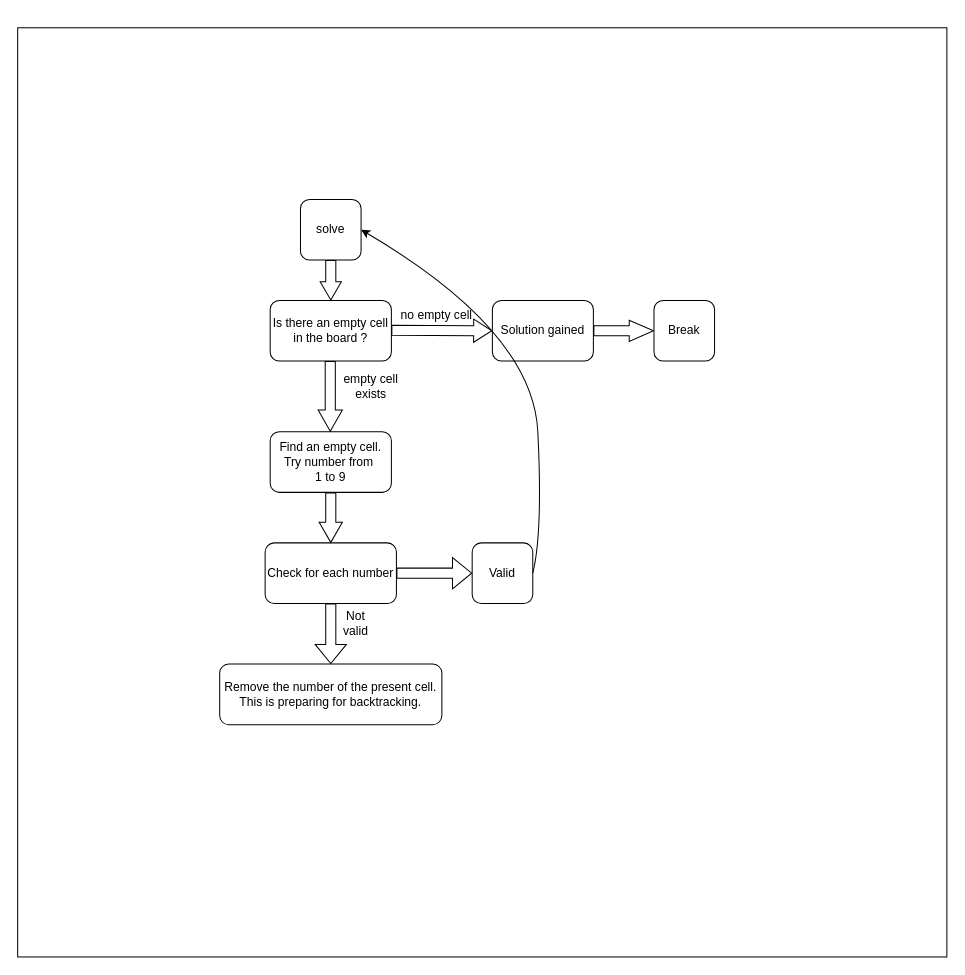
MiWaishi/sudoku keeps this draw.io diagram as 未命名绘图.drawio. Above is the earlier version. Source tidied: cells renumbered, new cells numbered last; positions are measured from the earlier drawing's top-left corner, leaving out a move shared by most shapes. Both pictures are drawn from the tidied source at 101%, with x=0, y=0 at pixel (17, 27).
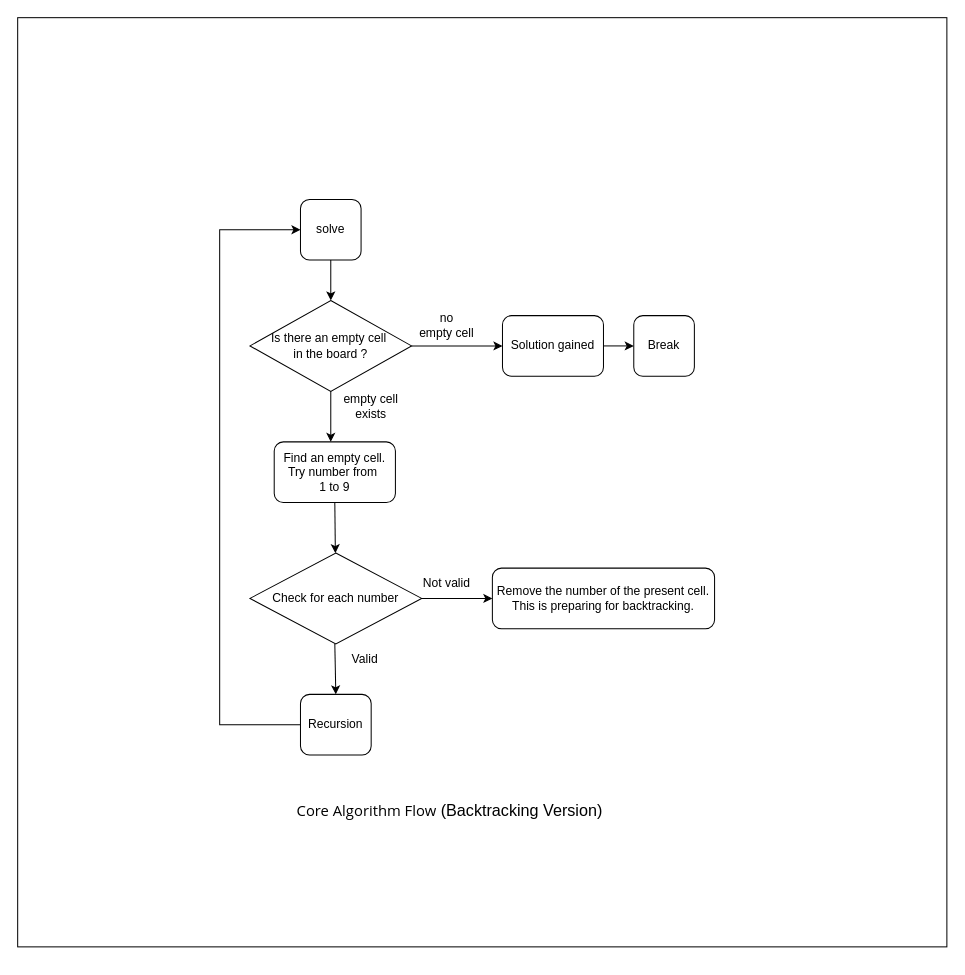
The same diagram, later.

Unchanged cells that the change refers to:
```xml
<mxCell id="16" value="solve" style="rounded=1;whiteSpace=wrap;html=1;" parent="1" vertex="1">
  <mxGeometry x="280" y="170" width="60" height="60" as="geometry" />
</mxCell>
```

The edit, as a diff of the source:
```diff
@@
     <mxCell id="2" style="whiteSpace=wrap;html=1;" parent="1" vertex="1">
-      <mxGeometry width="920" height="920" as="geometry" />
+      <mxGeometry y="-10" width="920" height="920" as="geometry" />
     </mxCell>
     <mxCell id="3" value="Find an empty cell.&lt;div&gt;Try number from&amp;nbsp;&lt;/div&gt;&lt;div&gt;1 to 9&lt;/div&gt;" style="rounded=1;whiteSpace=wrap;html=1;" parent="1" vertex="1">
-      <mxGeometry x="250" y="400" width="120" height="60" as="geometry" />
+      <mxGeometry x="254" y="410" width="120" height="60" as="geometry" />
     </mxCell>
-    <mxCell id="4" value="Is there an empty cell in the board ?" style="rounded=1;whiteSpace=wrap;html=1;" parent="1" vertex="1">
-      <mxGeometry x="250" y="270" width="120" height="60" as="geometry" />
-    </mxCell>
-    <mxCell id="5" style="shape=flexArrow;endArrow=classic;html=1;rounded=0;endWidth=12;endSize=5.68;" parent="1" edge="1">
-      <mxGeometry relative="1" as="geometry">
-        <mxPoint x="370" y="299.5" as="sourcePoint" />
-        <mxPoint x="470" y="300" as="targetPoint" />
-      </mxGeometry>
-    </mxCell>
-    <mxCell id="6" value="no empty cell" style="text;html=1;align=center;verticalAlign=middle;whiteSpace=wrap;rounded=0;" parent="1" vertex="1">
-      <mxGeometry x="370" y="270" width="90" height="30" as="geometry" />
+    <mxCell id="6" value="no&lt;div&gt;empty cell&lt;/div&gt;" style="text;html=1;align=center;verticalAlign=middle;whiteSpace=wrap;rounded=0;" parent="1" vertex="1">
+      <mxGeometry x="380" y="280" width="90" height="30" as="geometry" />
     </mxCell>
     <mxCell id="7" value="Solution gained" style="rounded=1;whiteSpace=wrap;html=1;" parent="1" vertex="1">
-      <mxGeometry x="470" y="270" width="100" height="60" as="geometry" />
+      <mxGeometry x="480" y="285" width="100" height="60" as="geometry" />
     </mxCell>
-    <mxCell id="8" style="shape=flexArrow;endArrow=classic;html=1;rounded=0;endWidth=10;endSize=7.67;" parent="1" edge="1">
-      <mxGeometry relative="1" as="geometry">
-        <mxPoint x="570" y="300" as="sourcePoint" />
-        <mxPoint x="630" y="300" as="targetPoint" />
-      </mxGeometry>
-    </mxCell>
     <mxCell id="9" value="Break" style="rounded=1;whiteSpace=wrap;html=1;" parent="1" vertex="1">
-      <mxGeometry x="630" y="270" width="60" height="60" as="geometry" />
+      <mxGeometry x="610" y="285" width="60" height="60" as="geometry" />
     </mxCell>
-    <mxCell id="10" style="shape=flexArrow;endArrow=classic;html=1;rounded=0;entryX=0.417;entryY=0;entryDx=0;entryDy=0;entryPerimeter=0;endWidth=13;endSize=6.66;" parent="1" edge="1">
-      <mxGeometry relative="1" as="geometry">
-        <mxPoint x="309.5" y="330" as="sourcePoint" />
-        <mxPoint x="309.5" y="400" as="targetPoint" />
-      </mxGeometry>
-    </mxCell>
     <mxCell id="11" value="empty cell exists" style="text;html=1;align=center;verticalAlign=middle;whiteSpace=wrap;rounded=0;" parent="1" vertex="1">
-      <mxGeometry x="320" y="340" width="60" height="30" as="geometry" />
+      <mxGeometry x="320" y="360" width="60" height="30" as="geometry" />
     </mxCell>
-    <mxCell id="12" value="Check for each number" style="rounded=1;whiteSpace=wrap;html=1;" parent="1" vertex="1">
-      <mxGeometry x="245" y="510" width="130" height="60" as="geometry" />
-    </mxCell>
-    <mxCell id="13" style="shape=flexArrow;endArrow=classic;html=1;rounded=0;exitX=0.5;exitY=1;exitDx=0;exitDy=0;entryX=0.5;entryY=0;entryDx=0;entryDy=0;endWidth=12;endSize=6.33;" parent="1" edge="1" source="3" target="12">
-      <mxGeometry relative="1" as="geometry" />
-    </mxCell>
-    <mxCell id="14" style="shape=flexArrow;endArrow=classic;html=1;rounded=0;exitX=1;exitY=0.5;exitDx=0;exitDy=0;" parent="1" edge="1" source="12">
-      <mxGeometry relative="1" as="geometry">
-        <mxPoint x="450" y="540" as="targetPoint" />
-      </mxGeometry>
-    </mxCell>
-    <mxCell id="15" value="Valid" style="rounded=1;whiteSpace=wrap;html=1;" parent="1" vertex="1">
-      <mxGeometry x="450" y="510" width="60" height="60" as="geometry" />
+    <mxCell id="15" value="Recursion" style="rounded=1;whiteSpace=wrap;html=1;" parent="1" vertex="1">
+      <mxGeometry x="280" y="660" width="70" height="60" as="geometry" />
     </mxCell>
@@
+    <mxCell id="19" value="Remove the number of the present cell.&lt;div&gt;This is preparing for backtracking.&lt;/div&gt;" style="rounded=1;whiteSpace=wrap;html=1;" parent="1" vertex="1">
+      <mxGeometry x="470" y="535" width="220" height="60" as="geometry" />
+    </mxCell>
+    <mxCell id="21" value="Not valid" style="text;html=1;align=center;verticalAlign=middle;whiteSpace=wrap;rounded=0;" parent="1" vertex="1">
+      <mxGeometry x="395" y="510" width="60" height="80" as="geometry" />
+    </mxCell>
+    <mxCell id="22" value="&lt;span style=&quot;text-align: start; font-size: 11pt; line-height: 16.866667px; font-family: &amp;quot;Segoe UI&amp;quot;, sans-serif; background: white;&quot; lang=&quot;EN-US&quot;&gt;Core Algorithm Flow&lt;/span&gt;&lt;span style=&quot;font-family: -webkit-standard; font-size: medium; text-align: start;&quot;&gt;&amp;nbsp;(Backtracking Version)&lt;/span&gt;&lt;span style=&quot;font-family: -webkit-standard; font-size: medium; text-align: start;&quot;&gt;&lt;/span&gt;" style="text;html=1;align=center;verticalAlign=middle;whiteSpace=wrap;rounded=0;" parent="1" vertex="1">
+      <mxGeometry x="257.5" y="760" width="340" height="30" as="geometry" />
+    </mxCell>
+    <mxCell id="23" value="Valid" style="text;html=1;align=center;verticalAlign=middle;whiteSpace=wrap;rounded=0;" parent="1" vertex="1">
+      <mxGeometry x="314" y="610" width="60" height="30" as="geometry" />
+    </mxCell>
+    <mxCell id="4" value="Is there an empty cell&amp;nbsp;&lt;div&gt;in the board ?&lt;/div&gt;" style="rhombus;whiteSpace=wrap;html=1;" parent="1" vertex="1">
+      <mxGeometry x="230" y="270" width="160" height="90" as="geometry" />
+    </mxCell>
+    <mxCell id="12" value="&lt;div&gt;Check for each number&lt;br&gt;&lt;/div&gt;" style="rhombus;whiteSpace=wrap;html=1;" parent="1" vertex="1">
+      <mxGeometry x="230" y="520" width="170" height="90" as="geometry" />
+    </mxCell>
-    <mxCell id="17" style="shape=flexArrow;endArrow=classic;html=1;rounded=0;exitX=0.5;exitY=1;exitDx=0;exitDy=0;entryX=0.5;entryY=0;entryDx=0;entryDy=0;endWidth=10;endSize=5.67;" parent="1" edge="1" source="16" target="4">
+    <mxCell id="17" style="endArrow=classic;html=1;rounded=0;exitX=0.5;exitY=1;exitDx=0;exitDy=0;entryX=0.5;entryY=0;entryDx=0;entryDy=0;" parent="1" edge="1" source="16" target="4">
       <mxGeometry relative="1" as="geometry" />
     </mxCell>
+    <mxCell id="24" style="endArrow=classic;html=1;rounded=0;exitX=0.5;exitY=1;exitDx=0;exitDy=0;" parent="1" edge="1" source="4">
+      <mxGeometry relative="1" as="geometry">
+        <mxPoint x="310" y="410" as="targetPoint" />
+      </mxGeometry>
+    </mxCell>
+    <mxCell id="13" style="endArrow=classic;html=1;rounded=0;exitX=0.5;exitY=1;exitDx=0;exitDy=0;" parent="1" edge="1" source="3" target="12">
+      <mxGeometry relative="1" as="geometry" />
+    </mxCell>
+    <mxCell id="20" style="endArrow=classic;html=1;rounded=0;exitX=1;exitY=0.5;exitDx=0;exitDy=0;entryX=0;entryY=0.5;entryDx=0;entryDy=0;" parent="1" edge="1" source="12" target="19">
+      <mxGeometry relative="1" as="geometry" />
+    </mxCell>
+    <mxCell id="25" style="endArrow=classic;html=1;rounded=0;exitX=0;exitY=0;exitDx=0;exitDy=0;entryX=0.5;entryY=0;entryDx=0;entryDy=0;" parent="1" edge="1" source="23" target="15">
+      <mxGeometry relative="1" as="geometry" />
+    </mxCell>
-    <mxCell id="18" style="curved=1;endArrow=classic;html=1;rounded=0;entryX=1;entryY=0.5;entryDx=0;entryDy=0;exitX=1;exitY=0.5;exitDx=0;exitDy=0;" parent="1" edge="1" source="15" target="16">
+    <mxCell id="18" style="endArrow=classic;html=1;rounded=0;exitX=0;exitY=0.5;exitDx=0;exitDy=0;entryX=0;entryY=0.5;entryDx=0;entryDy=0;" parent="1" edge="1" source="15" target="16">
       <mxGeometry relative="1" as="geometry">
         <Array as="points">
-          <mxPoint x="520" y="500" />
-          <mxPoint x="510" y="300" />
+          <mxPoint x="200" y="690" />
+          <mxPoint x="200" y="440" />
+          <mxPoint x="200" y="200" />
         </Array>
       </mxGeometry>
     </mxCell>
-    <mxCell id="19" value="Remove the number of the present cell.&lt;div&gt;This is preparing for backtracking.&lt;/div&gt;" style="rounded=1;whiteSpace=wrap;html=1;" parent="1" vertex="1">
-      <mxGeometry x="200" y="630" width="220" height="60" as="geometry" />
-    </mxCell>
-    <mxCell id="20" style="shape=flexArrow;endArrow=classic;html=1;rounded=0;" parent="1" edge="1" source="12" target="19">
-      <mxGeometry relative="1" as="geometry" />
-    </mxCell>
-    <mxCell id="21" value="Not valid" style="text;html=1;align=center;verticalAlign=middle;whiteSpace=wrap;rounded=0;" parent="1" vertex="1">
-      <mxGeometry x="320" y="550" width="30" height="80" as="geometry" />
-    </mxCell>
+    <mxCell id="26" style="endArrow=classic;html=1;rounded=0;exitX=0.109;exitY=1.171;exitDx=0;exitDy=0;exitPerimeter=0;entryX=0;entryY=0.5;entryDx=0;entryDy=0;" parent="1" edge="1" source="6" target="7">
+      <mxGeometry relative="1" as="geometry" />
+    </mxCell>
+    <mxCell id="27" style="endArrow=classic;html=1;rounded=0;exitX=1;exitY=0.5;exitDx=0;exitDy=0;entryX=0;entryY=0.5;entryDx=0;entryDy=0;" parent="1" edge="1" source="7" target="9">
+      <mxGeometry relative="1" as="geometry" />
+    </mxCell>
```
